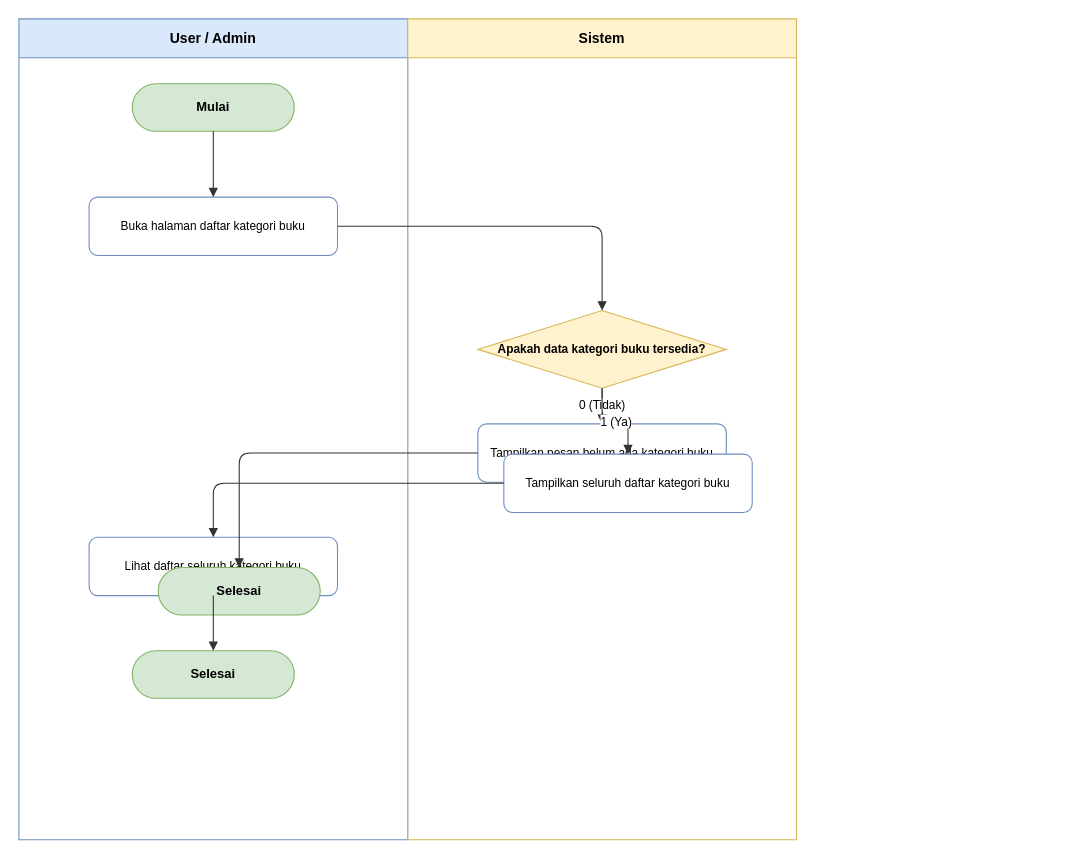
Before: docs/diagrams/activity/activity-readlistcategories.drawio in dimstyle/ruang-baca, a draw.io diagram. Source tidied: cells renumbered, new cells numbered last; positions are measured from the earlier drawing's top-left corner, leaving out a move shared by most shapes. Both pictures are drawn from the tidied source at 108%, with x=0, y=0 at pixel (18, 18).
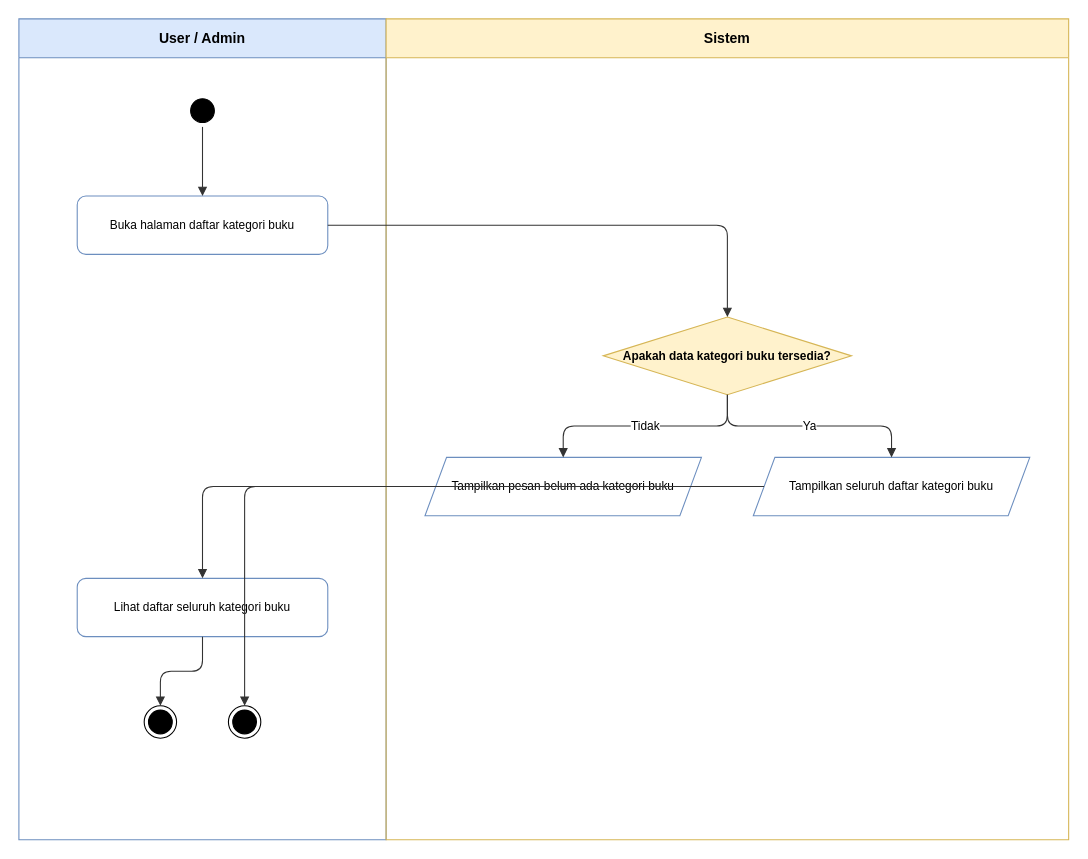
The same page after the edit.

Diff of the diagram source:
```diff
@@
 <mxGraphModel>
   <root>
     <mxCell id="0" />
     <mxCell id="1" parent="0" />
     <mxCell id="2" value="User / Admin" style="swimlane;whiteSpace=wrap;html=1;startSize=36;fillColor=#dae8fc;strokeColor=#6c8ebf;fontStyle=1;fontSize=13;" parent="1" vertex="1">
-      <mxGeometry width="360" height="760" as="geometry" />
+      <mxGeometry width="340" height="760" as="geometry" />
     </mxCell>
     <mxCell id="3" value="Sistem" style="swimlane;whiteSpace=wrap;html=1;startSize=36;fillColor=#fff2cc;strokeColor=#d6b656;fontStyle=1;fontSize=13;" parent="1" vertex="1">
-      <mxGeometry x="360" width="360" height="760" as="geometry" />
+      <mxGeometry x="340" width="632" height="760" as="geometry" />
     </mxCell>
-    <mxCell id="4" value="Mulai" style="rounded=1;whiteSpace=wrap;html=1;arcSize=50;fillColor=#d5e8d4;strokeColor=#82b366;fontStyle=1;fontSize=12;" parent="2" vertex="1">
-      <mxGeometry x="105" y="60" width="150" height="44" as="geometry" />
+    <mxCell id="4" style="ellipse;html=1;shape=startState;fillColor=#000000;strokeColor=#000000;" parent="2" vertex="1">
+      <mxGeometry x="155" y="70" width="30" height="30" as="geometry" />
     </mxCell>
     <mxCell id="5" value="Buka halaman daftar kategori buku" style="rounded=1;whiteSpace=wrap;html=1;fillColor=#ffffff;strokeColor=#6c8ebf;fontSize=11;" parent="2" vertex="1">
-      <mxGeometry x="65" y="165" width="230" height="54" as="geometry" />
+      <mxGeometry x="54" y="164" width="232" height="54" as="geometry" />
     </mxCell>
     <mxCell id="6" value="Lihat daftar seluruh kategori buku" style="rounded=1;whiteSpace=wrap;html=1;fillColor=#ffffff;strokeColor=#6c8ebf;fontSize=11;" parent="2" vertex="1">
-      <mxGeometry x="65" y="480" width="230" height="54" as="geometry" />
+      <mxGeometry x="54" y="518" width="232" height="54" as="geometry" />
     </mxCell>
-    <mxCell id="7" value="Selesai" style="rounded=1;whiteSpace=wrap;html=1;arcSize=50;fillColor=#d5e8d4;strokeColor=#82b366;fontStyle=1;fontSize=12;" parent="2" vertex="1">
-      <mxGeometry x="105" y="585" width="150" height="44" as="geometry" />
+    <mxCell id="7" style="ellipse;html=1;shape=endState;fillColor=#000000;strokeColor=#000000;" parent="2" vertex="1">
+      <mxGeometry x="116" y="636" width="30" height="30" as="geometry" />
     </mxCell>
-    <mxCell id="8" value="Selesai" style="rounded=1;whiteSpace=wrap;html=1;arcSize=50;fillColor=#d5e8d4;strokeColor=#82b366;fontStyle=1;fontSize=12;" parent="2" vertex="1">
-      <mxGeometry x="129" y="508" width="150" height="44" as="geometry" />
+    <mxCell id="8" style="ellipse;html=1;shape=endState;fillColor=#000000;strokeColor=#000000;" parent="2" vertex="1">
+      <mxGeometry x="194" y="636" width="30" height="30" as="geometry" />
     </mxCell>
     <mxCell id="9" value="Apakah data kategori buku tersedia?" style="rhombus;whiteSpace=wrap;html=1;fillColor=#fff2cc;strokeColor=#d6b656;fontStyle=1;fontSize=11;" parent="3" vertex="1">
-      <mxGeometry x="65" y="270" width="230" height="72" as="geometry" />
+      <mxGeometry x="201" y="276" width="230" height="72" as="geometry" />
     </mxCell>
-    <mxCell id="10" value="Tampilkan pesan belum ada kategori buku" style="rounded=1;whiteSpace=wrap;html=1;fillColor=#ffffff;strokeColor=#6c8ebf;fontSize=11;" parent="3" vertex="1">
-      <mxGeometry x="65" y="375" width="230" height="54" as="geometry" />
+    <mxCell id="10" value="Tampilkan pesan belum ada kategori buku" style="shape=parallelogram;perimeter=parallelogramPerimeter;whiteSpace=wrap;html=1;fixedSize=1;fillColor=#ffffff;strokeColor=#6c8ebf;fontSize=11;" parent="3" vertex="1">
+      <mxGeometry x="36" y="406" width="256" height="54" as="geometry" />
     </mxCell>
-    <mxCell id="11" value="Tampilkan seluruh daftar kategori buku" style="rounded=1;whiteSpace=wrap;html=1;fillColor=#ffffff;strokeColor=#6c8ebf;fontSize=11;" parent="3" vertex="1">
-      <mxGeometry x="89" y="403" width="230" height="54" as="geometry" />
+    <mxCell id="11" value="Tampilkan seluruh daftar kategori buku" style="shape=parallelogram;perimeter=parallelogramPerimeter;whiteSpace=wrap;html=1;fixedSize=1;fillColor=#ffffff;strokeColor=#6c8ebf;fontSize=11;" parent="3" vertex="1">
+      <mxGeometry x="340" y="406" width="256" height="54" as="geometry" />
     </mxCell>
     <mxCell id="12" style="edgeStyle=orthogonalEdgeStyle;rounded=1;jettySize=auto;html=1;endArrow=block;endFill=1;strokeColor=#333333;fontSize=11;labelBackgroundColor=#ffffff;" parent="1" edge="1" source="4" target="5">
       <mxGeometry relative="1" as="geometry" />
     </mxCell>
     <mxCell id="13" style="edgeStyle=orthogonalEdgeStyle;rounded=1;jettySize=auto;html=1;endArrow=block;endFill=1;strokeColor=#333333;fontSize=11;labelBackgroundColor=#ffffff;" parent="1" edge="1" source="6" target="7">
       <mxGeometry relative="1" as="geometry" />
     </mxCell>
     <mxCell id="14" style="edgeStyle=orthogonalEdgeStyle;rounded=1;jettySize=auto;html=1;endArrow=block;endFill=1;strokeColor=#333333;fontSize=11;labelBackgroundColor=#ffffff;" parent="1" edge="1" source="5" target="9">
       <mxGeometry relative="1" as="geometry" />
     </mxCell>
-    <mxCell id="15" value="0 (Tidak)" style="edgeStyle=orthogonalEdgeStyle;rounded=1;jettySize=auto;html=1;endArrow=block;endFill=1;strokeColor=#333333;fontSize=11;labelBackgroundColor=#ffffff;" parent="1" edge="1" source="9" target="10">
+    <mxCell id="15" value="Tidak" style="edgeStyle=orthogonalEdgeStyle;rounded=1;jettySize=auto;html=1;endArrow=block;endFill=1;strokeColor=#333333;fontSize=11;labelBackgroundColor=#ffffff;" parent="1" edge="1" source="9" target="10">
       <mxGeometry relative="1" as="geometry" />
     </mxCell>
     <mxCell id="16" style="edgeStyle=orthogonalEdgeStyle;rounded=1;jettySize=auto;html=1;endArrow=block;endFill=1;strokeColor=#333333;fontSize=11;labelBackgroundColor=#ffffff;" parent="1" edge="1" source="10" target="8">
       <mxGeometry relative="1" as="geometry" />
     </mxCell>
-    <mxCell id="17" value="1 (Ya)" style="edgeStyle=orthogonalEdgeStyle;rounded=1;jettySize=auto;html=1;endArrow=block;endFill=1;strokeColor=#333333;fontSize=11;labelBackgroundColor=#ffffff;" parent="1" edge="1" source="9" target="11">
+    <mxCell id="17" value="Ya" style="edgeStyle=orthogonalEdgeStyle;rounded=1;jettySize=auto;html=1;endArrow=block;endFill=1;strokeColor=#333333;fontSize=11;labelBackgroundColor=#ffffff;" parent="1" edge="1" source="9" target="11">
       <mxGeometry relative="1" as="geometry" />
     </mxCell>
     <mxCell id="18" style="edgeStyle=orthogonalEdgeStyle;rounded=1;jettySize=auto;html=1;endArrow=block;endFill=1;strokeColor=#333333;fontSize=11;labelBackgroundColor=#ffffff;" parent="1" edge="1" source="11" target="6">
       <mxGeometry relative="1" as="geometry" />
     </mxCell>
   </root>
 </mxGraphModel>
```
